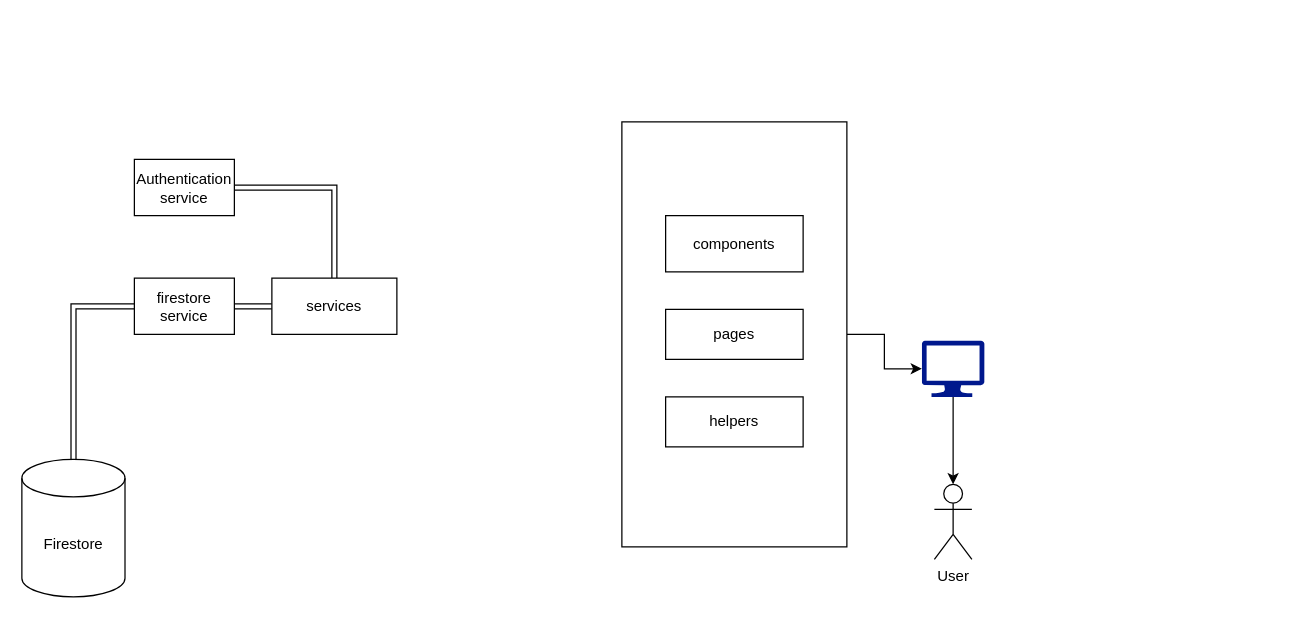
Above: docs/architecture/Untitled Diagram.drawio in franchetteSymph/see-the-code (draw.io), before the change. Source tidied: cells renumbered, new cells numbered last; positions are measured from the earlier drawing's top-left corner, leaving out a move shared by most shapes. Both pictures are drawn from the tidied source at 125%, with x=0, y=0 at pixel (21, 121).
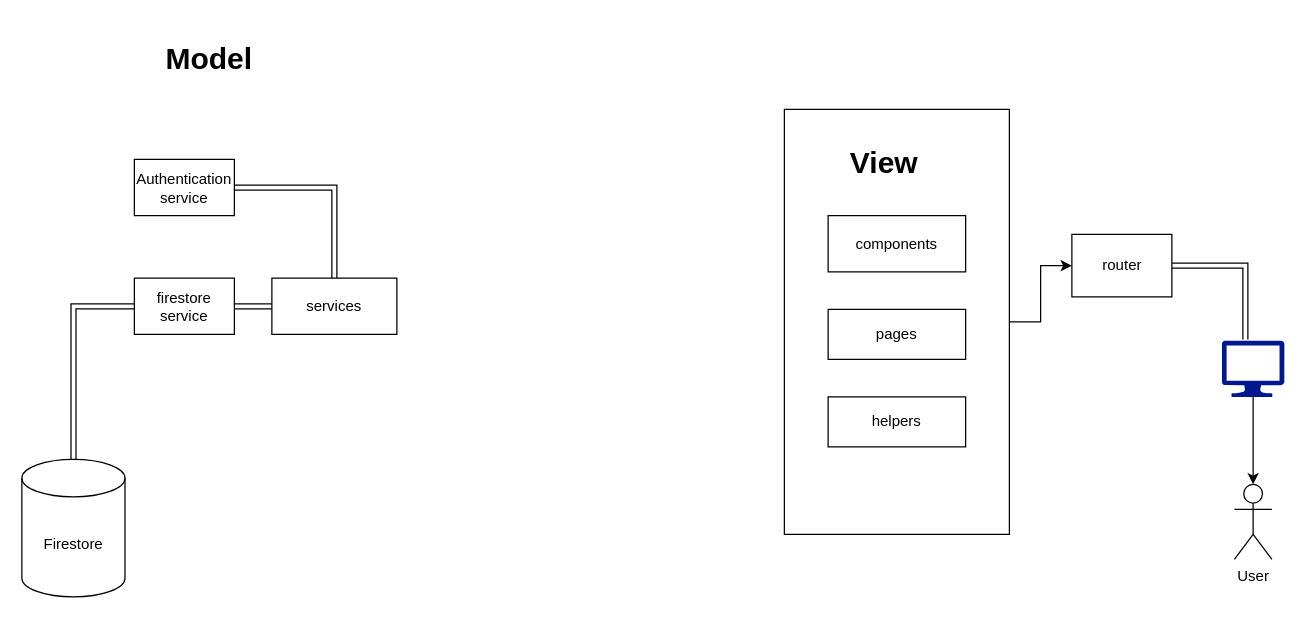
After the change.

What changed in the source:
```diff
@@
-    <mxCell id="2" style="edgeStyle=orthogonalEdgeStyle;rounded=0;jettySize=auto;html=1;entryX=0;entryY=0.5;entryDx=0;entryDy=0;entryPerimeter=0;" parent="1" edge="1" source="3" target="7">
-      <mxGeometry relative="1" as="geometry" />
-    </mxCell>
+    <mxCell id="17" style="edgeStyle=orthogonalEdgeStyle;rounded=0;jettySize=auto;html=1;exitX=1;exitY=0.5;exitDx=0;exitDy=0;entryX=0;entryY=0.5;entryDx=0;entryDy=0;" parent="1" edge="1" source="3" target="21">
+      <mxGeometry relative="1" as="geometry" />
+    </mxCell>
     <mxCell id="3" style="rounded=0;whiteSpace=wrap;html=1;" parent="1" vertex="1">
-      <mxGeometry x="480" width="180" height="340" as="geometry" />
+      <mxGeometry x="610" y="-10" width="180" height="340" as="geometry" />
     </mxCell>
@@
     <mxCell id="5" value="User" style="shape=umlActor;verticalLabelPosition=bottom;verticalAlign=top;html=1;outlineConnect=0;" parent="1" vertex="1">
-      <mxGeometry x="730" y="290" width="30" height="60" as="geometry" />
+      <mxGeometry x="970" y="290" width="30" height="60" as="geometry" />
     </mxCell>
@@
     <mxCell id="7" style="shadow=0;dashed=0;html=1;strokeColor=none;labelPosition=center;verticalLabelPosition=bottom;verticalAlign=top;align=center;fillColor=#00188D;shape=mxgraph.azure.computer;" parent="1" vertex="1">
-      <mxGeometry x="720" y="175" width="50" height="45" as="geometry" />
+      <mxGeometry x="960" y="175" width="50" height="45" as="geometry" />
     </mxCell>
     <mxCell id="8" value="components" style="rounded=0;whiteSpace=wrap;html=1;" parent="1" vertex="1">
-      <mxGeometry x="515" y="75" width="110" height="45" as="geometry" />
+      <mxGeometry x="645" y="75" width="110" height="45" as="geometry" />
     </mxCell>
@@
     <mxCell id="14" value="pages" style="rounded=0;whiteSpace=wrap;html=1;" parent="1" vertex="1">
-      <mxGeometry x="515" y="150" width="110" height="40" as="geometry" />
+      <mxGeometry x="645" y="150" width="110" height="40" as="geometry" />
     </mxCell>
     <mxCell id="15" value="helpers" style="rounded=0;whiteSpace=wrap;html=1;" parent="1" vertex="1">
-      <mxGeometry x="515" y="220" width="110" height="40" as="geometry" />
+      <mxGeometry x="645" y="220" width="110" height="40" as="geometry" />
     </mxCell>
@@
+    <mxCell id="18" value="&lt;h1&gt;Model&lt;/h1&gt;" style="text;html=1;strokeColor=none;fillColor=none;align=center;verticalAlign=middle;whiteSpace=wrap;rounded=0;" parent="1" vertex="1">
+      <mxGeometry x="130" y="-60" width="40" height="20" as="geometry" />
+    </mxCell>
+    <mxCell id="19" value="&lt;h1&gt;View&lt;/h1&gt;&lt;div&gt;&lt;br&gt;&lt;/div&gt;" style="text;html=1;strokeColor=none;fillColor=none;align=center;verticalAlign=middle;whiteSpace=wrap;rounded=0;" parent="1" vertex="1">
+      <mxGeometry x="670" y="30" width="40" height="20" as="geometry" />
+    </mxCell>
+    <mxCell id="20" style="edgeStyle=orthogonalEdgeStyle;rounded=0;jettySize=auto;html=1;entryX=0.376;entryY=-0.018;entryDx=0;entryDy=0;entryPerimeter=0;shape=link;" parent="1" edge="1" source="21" target="7">
+      <mxGeometry relative="1" as="geometry" />
+    </mxCell>
+    <mxCell id="21" value="router" style="html=1;" parent="1" vertex="1">
+      <mxGeometry x="840" y="90" width="80" height="50" as="geometry" />
+    </mxCell>
```
